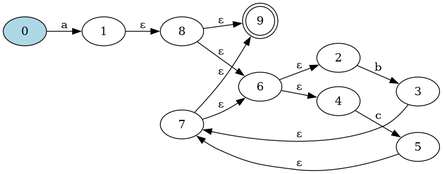
Above: NDFA.png in Daniel-Sima/Clone-of-the-egrep-UNIX-command (Graphviz), before the change. Its source is kept beside it as NDFA.dot.
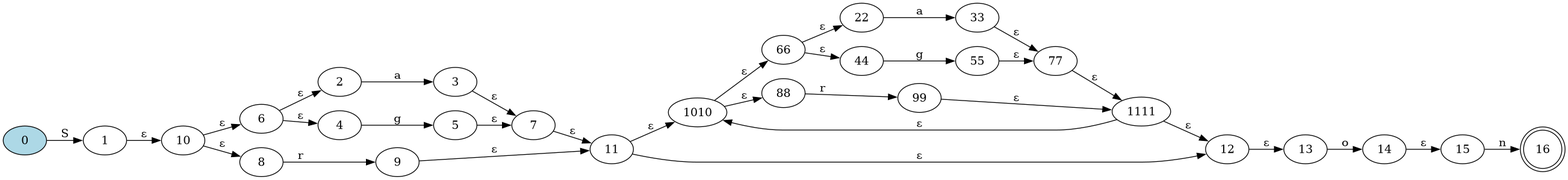
The same file after the commit.

What changed in the source:
```diff
@@ -1,19 +1,39 @@
 digraph {
 	rankdir=LR;
 
-	9 [shape=doublecircle]
+	16 [shape=doublecircle]
 	0 [style=filled, fillcolor="lightblue"]
 
-	0->1 [label= "a"];
-	2->3 [label= "b"];
-	4->5 [label= "c"];
+	0->1 [label= "S"];
+	2->3 [label= "a"];
+	4->5 [label= "g"];
 	6->2 [label= "ε"];
 	6->4 [label= "ε"];
 	3->7 [label= "ε"];
 	5->7 [label= "ε"];
-	7->6 [label= "ε"];
-	8->6 [label= "ε"];
-	7->9 [label= "ε"];
-	8->9 [label= "ε"];
-	1->8 [label= "ε"];
+	8->9 [label= "r"];
+	10->6 [label= "ε"];
+	10->8 [label= "ε"];
+	7->11 [label= "ε"];
+	9->11 [label= "ε"];
+	1010->66 [label= "ε"];
+	1010->88 [label= "ε"];
+	66->22 [label= "ε"];
+	66->44 [label= "ε"];
+	88->99 [label= "r"];
+	22->33 [label= "a"];
+	44->55 [label= "g"];
+	99->1111 [label= "ε"];
+	33->77 [label= "ε"];
+	55->77 [label= "ε"];
+	77->1111 [label= "ε"];
+	11->1010 [label= "ε"];
+	1111->1010 [label= "ε"];
+	11->12 [label= "ε"];
+	1111->12 [label= "ε"];
+	1->10 [label= "ε"];
+	13->14 [label= "o"];
+	12->13 [label= "ε"];
+	15->16 [label= "n"];
+	14->15 [label= "ε"];
 }
```
